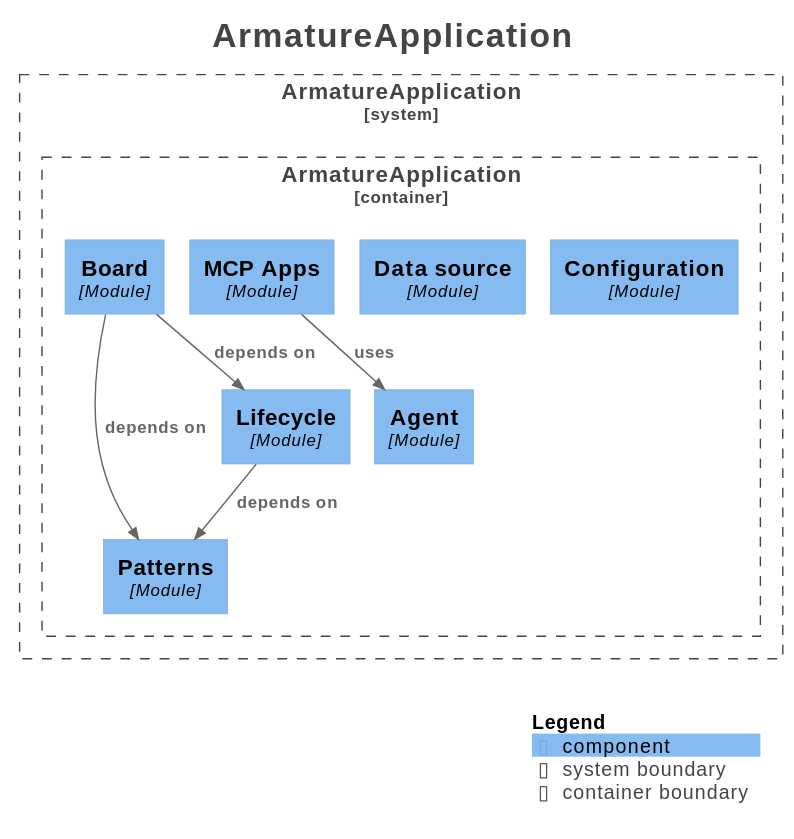
Before: docs/architecture/modules/components.svg, a diagram exported from PlantUML (jayhamilton/armature).
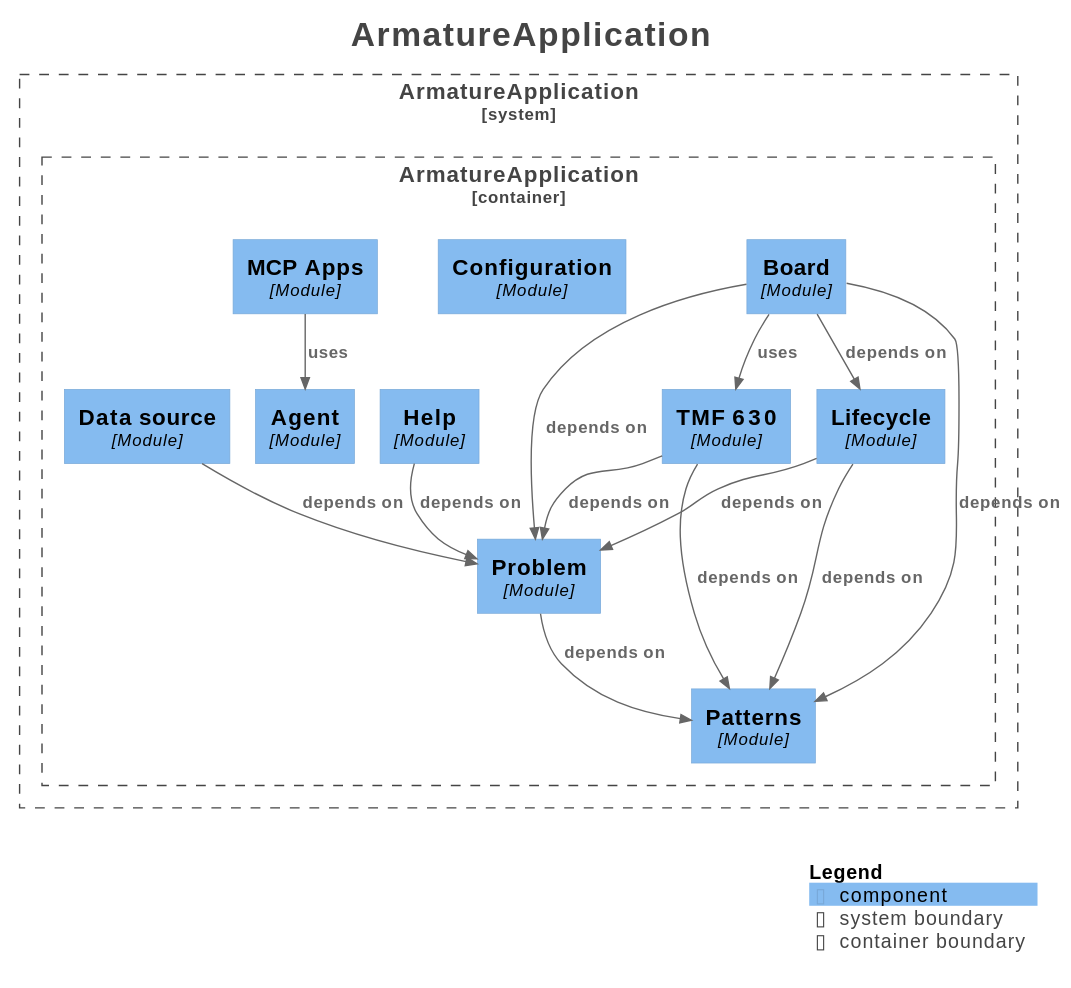
The same file after the commit.

What changed in the source:
```diff
@@ -18,21 +18,32 @@
 
 System_Boundary("ArmatureApplication_boundary", "ArmatureApplication", $tags="") {
   Container_Boundary("ArmatureApplication.ArmatureApplication_boundary", "ArmatureApplication", $tags="") {
+    Component(ArmatureApplication.ArmatureApplication.Lifecycle, "Lifecycle", $techn="Module", $descr="", $tags="", $link="")
+    Component(ArmatureApplication.ArmatureApplication.TMF630, "TMF 630", $techn="Module", $descr="", $tags="", $link="")
+    Component(ArmatureApplication.ArmatureApplication.Board, "Board", $techn="Module", $descr="", $tags="", $link="")
     Component(ArmatureApplication.ArmatureApplication.Agent, "Agent", $techn="Module", $descr="", $tags="", $link="")
     Component(ArmatureApplication.ArmatureApplication.Configuration, "Configuration", $techn="Module", $descr="", $tags="", $link="")
+    Component(ArmatureApplication.ArmatureApplication.Patterns, "Patterns", $techn="Module", $descr="", $tags="", $link="")
+    Component(ArmatureApplication.ArmatureApplication.MCPApps, "MCP Apps", $techn="Module", $descr="", $tags="", $link="")
+    Component(ArmatureApplication.ArmatureApplication.Problem, "Problem", $techn="Module", $descr="", $tags="", $link="")
     Component(ArmatureApplication.ArmatureApplication.Datasource, "Data source", $techn="Module", $descr="", $tags="", $link="")
-    Component(ArmatureApplication.ArmatureApplication.Patterns, "Patterns", $techn="Module", $descr="", $tags="", $link="")
-    Component(ArmatureApplication.ArmatureApplication.Lifecycle, "Lifecycle", $techn="Module", $descr="", $tags="", $link="")
-    Component(ArmatureApplication.ArmatureApplication.MCPApps, "MCP Apps", $techn="Module", $descr="", $tags="", $link="")
-    Component(ArmatureApplication.ArmatureApplication.Board, "Board", $techn="Module", $descr="", $tags="", $link="")
+    Component(ArmatureApplication.ArmatureApplication.Help, "Help", $techn="Module", $descr="", $tags="", $link="")
   }
 
 }
 
 Rel(ArmatureApplication.ArmatureApplication.Board, ArmatureApplication.ArmatureApplication.Lifecycle, "depends on", $techn="", $tags="", $link="")
 Rel(ArmatureApplication.ArmatureApplication.Board, ArmatureApplication.ArmatureApplication.Patterns, "depends on", $techn="", $tags="", $link="")
+Rel(ArmatureApplication.ArmatureApplication.Board, ArmatureApplication.ArmatureApplication.Problem, "depends on", $techn="", $tags="", $link="")
+Rel(ArmatureApplication.ArmatureApplication.Board, ArmatureApplication.ArmatureApplication.TMF630, "uses", $techn="", $tags="", $link="")
+Rel(ArmatureApplication.ArmatureApplication.Datasource, ArmatureApplication.ArmatureApplication.Problem, "depends on", $techn="", $tags="", $link="")
+Rel(ArmatureApplication.ArmatureApplication.Help, ArmatureApplication.ArmatureApplication.Problem, "depends on", $techn="", $tags="", $link="")
 Rel(ArmatureApplication.ArmatureApplication.Lifecycle, ArmatureApplication.ArmatureApplication.Patterns, "depends on", $techn="", $tags="", $link="")
+Rel(ArmatureApplication.ArmatureApplication.Lifecycle, ArmatureApplication.ArmatureApplication.Problem, "depends on", $techn="", $tags="", $link="")
 Rel(ArmatureApplication.ArmatureApplication.MCPApps, ArmatureApplication.ArmatureApplication.Agent, "uses", $techn="", $tags="", $link="")
+Rel(ArmatureApplication.ArmatureApplication.Problem, ArmatureApplication.ArmatureApplication.Patterns, "depends on", $techn="", $tags="", $link="")
+Rel(ArmatureApplication.ArmatureApplication.TMF630, ArmatureApplication.ArmatureApplication.Patterns, "depends on", $techn="", $tags="", $link="")
+Rel(ArmatureApplication.ArmatureApplication.TMF630, ArmatureApplication.ArmatureApplication.Problem, "depends on", $techn="", $tags="", $link="")
 
 SHOW_LEGEND(true)
 hide stereotypes
```
